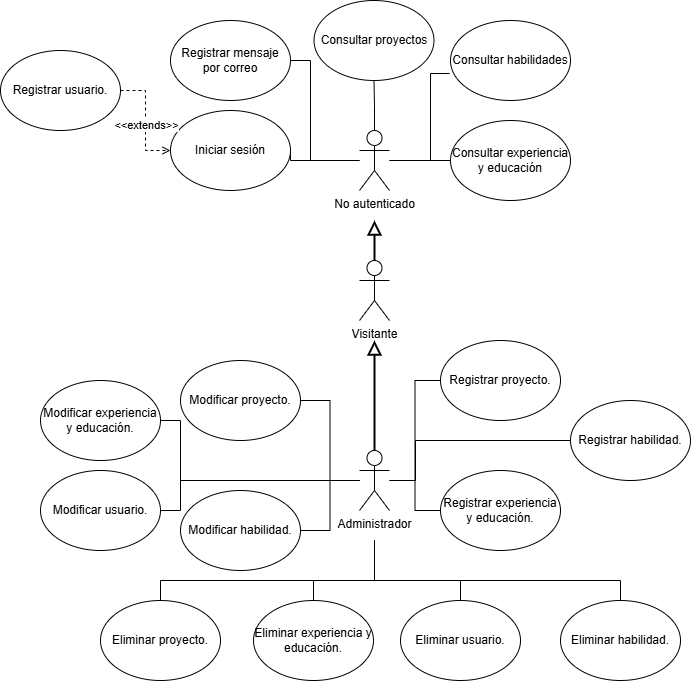
Earlier version of the draw.io export Diagramas/Actividad/CU.png (YaelChar417/portfolio). Source tidied: cells renumbered, new cells last; positions are measured from the earlier drawing's top-left corner, leaving out a move shared by most shapes.
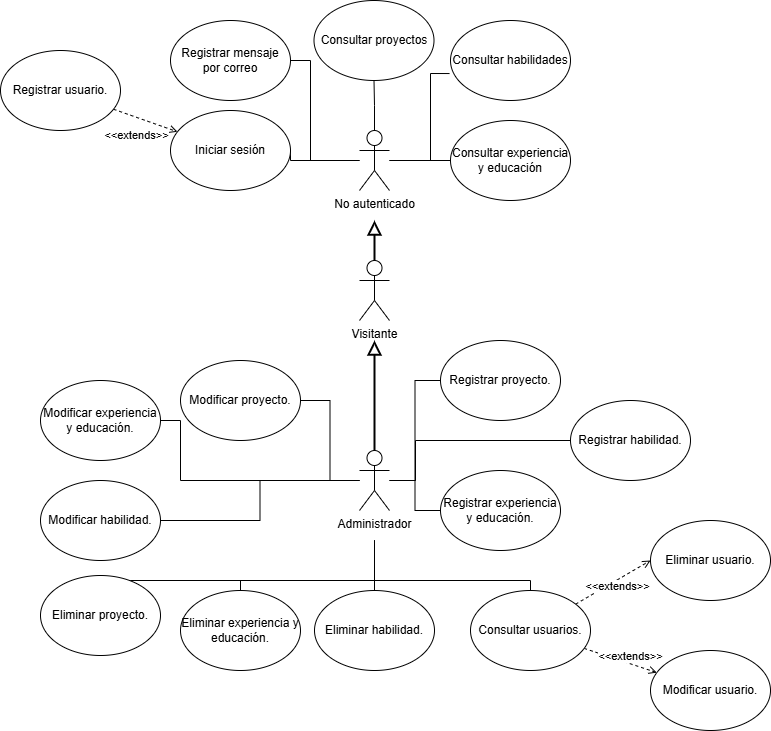
After the commit.

Commit message:
Fix: documentos de diagrama de casos de uso y requerimientos modificados para agregar un nuevo caso de uso para consultar usuarios

What changed in the source:
```diff
@@ -68,14 +68,6 @@
         </Array>
       </mxGeometry>
     </mxCell>
-    <mxCell id="16" style="edgeStyle=orthogonalEdgeStyle;rounded=0;jettySize=auto;html=1;endArrow=none;startFill=0;" parent="1" edge="1" source="21" target="37">
-      <mxGeometry relative="1" as="geometry">
-        <Array as="points">
-          <mxPoint x="180" y="480" />
-          <mxPoint x="180" y="510" />
-        </Array>
-      </mxGeometry>
-    </mxCell>
     <mxCell id="17" style="edgeStyle=orthogonalEdgeStyle;rounded=0;jettySize=auto;html=1;endArrow=none;startFill=0;" parent="1" edge="1" target="38">
       <mxGeometry relative="1" as="geometry">
         <mxPoint x="374" y="540" as="sourcePoint" />
@@ -90,7 +82,7 @@
         <mxPoint x="374" y="540" as="sourcePoint" />
         <Array as="points">
           <mxPoint x="374" y="580" />
-          <mxPoint x="313" y="580" />
+          <mxPoint x="240" y="580" />
         </Array>
       </mxGeometry>
     </mxCell>
@@ -99,7 +91,7 @@
         <mxPoint x="374" y="540" as="sourcePoint" />
         <Array as="points">
           <mxPoint x="374" y="580" />
-          <mxPoint x="460" y="580" />
+          <mxPoint x="530" y="580" />
         </Array>
       </mxGeometry>
     </mxCell>
@@ -107,8 +99,8 @@
       <mxGeometry relative="1" as="geometry">
         <mxPoint x="374" y="540" as="sourcePoint" />
         <Array as="points">
-          <mxPoint x="374" y="580" />
-          <mxPoint x="620" y="580" />
+          <mxPoint x="374" y="610" />
+          <mxPoint x="374" y="610" />
         </Array>
       </mxGeometry>
     </mxCell>
@@ -130,7 +122,7 @@
     <mxCell id="26" value="Iniciar sesión" style="ellipse;whiteSpace=wrap;html=1;" parent="1" vertex="1">
       <mxGeometry x="170" y="110" width="120" height="80" as="geometry" />
     </mxCell>
-    <mxCell id="27" style="edgeStyle=orthogonalEdgeStyle;rounded=0;jettySize=auto;html=1;endArrow=open;endFill=0;dashed=1;" parent="1" edge="1" source="29" target="26">
+    <mxCell id="27" style="rounded=0;jettySize=auto;html=1;endArrow=open;endFill=0;dashed=1;" parent="1" edge="1" source="29" target="26">
       <mxGeometry relative="1" as="geometry" />
     </mxCell>
     <mxCell id="28" value="&amp;lt;&amp;lt;extends&amp;gt;&amp;gt;" style="edgeLabel;html=1;align=center;verticalAlign=middle;" parent="27" vertex="1">
@@ -162,25 +154,44 @@
       <mxGeometry x="180" y="360" width="120" height="80" as="geometry" />
     </mxCell>
     <mxCell id="35" value="Modificar habilidad." style="ellipse;whiteSpace=wrap;html=1;" parent="1" vertex="1">
-      <mxGeometry x="180" y="490" width="120" height="80" as="geometry" />
+      <mxGeometry x="40" y="480" width="120" height="80" as="geometry" />
     </mxCell>
     <mxCell id="36" value="Modificar experiencia y educación." style="ellipse;whiteSpace=wrap;html=1;" parent="1" vertex="1">
       <mxGeometry x="40" y="380" width="120" height="80" as="geometry" />
     </mxCell>
     <mxCell id="37" value="Modificar usuario." style="ellipse;whiteSpace=wrap;html=1;" parent="1" vertex="1">
-      <mxGeometry x="40" y="470" width="120" height="80" as="geometry" />
+      <mxGeometry x="650" y="650" width="120" height="80" as="geometry" />
     </mxCell>
     <mxCell id="38" value="Eliminar proyecto." style="ellipse;whiteSpace=wrap;html=1;" parent="1" vertex="1">
-      <mxGeometry x="100" y="600" width="120" height="80" as="geometry" />
+      <mxGeometry x="40" y="575" width="120" height="80" as="geometry" />
     </mxCell>
     <mxCell id="39" value="Eliminar experiencia y educación." style="ellipse;whiteSpace=wrap;html=1;" parent="1" vertex="1">
-      <mxGeometry x="253" y="600" width="120" height="80" as="geometry" />
+      <mxGeometry x="180" y="590" width="120" height="80" as="geometry" />
     </mxCell>
+    <mxCell id="42" style="rounded=0;jettySize=auto;html=1;dashed=1;endArrow=open;endFill=0;entryX=0;entryY=0.5;entryDx=0;entryDy=0;" parent="1" edge="1" source="40" target="46">
+      <mxGeometry relative="1" as="geometry" />
+    </mxCell>
+    <mxCell id="43" value="&amp;lt;&amp;lt;extends&amp;gt;&amp;gt;" style="edgeLabel;html=1;align=center;verticalAlign=middle;" parent="42" vertex="1">
+      <mxGeometry x="0.03" y="-4" relative="1" as="geometry">
+        <mxPoint y="1" as="offset" />
+      </mxGeometry>
+    </mxCell>
+    <mxCell id="44" style="rounded=0;jettySize=auto;html=1;dashed=1;endArrow=open;endFill=0;" parent="1" edge="1" source="40" target="37">
+      <mxGeometry relative="1" as="geometry" />
+    </mxCell>
+    <mxCell id="45" value="&amp;lt;&amp;lt;extends&amp;gt;&amp;gt;" style="edgeLabel;html=1;align=center;verticalAlign=middle;" parent="44" vertex="1">
+      <mxGeometry x="-0.17" y="3" relative="1" as="geometry">
+        <mxPoint x="15" as="offset" />
+      </mxGeometry>
+    </mxCell>
-    <mxCell id="40" value="Eliminar usuario." style="ellipse;whiteSpace=wrap;html=1;" parent="1" vertex="1">
-      <mxGeometry x="400" y="600" width="120" height="80" as="geometry" />
+    <mxCell id="40" value="Consultar usuarios." style="ellipse;whiteSpace=wrap;html=1;" parent="1" vertex="1">
+      <mxGeometry x="470" y="590" width="120" height="80" as="geometry" />
     </mxCell>
     <mxCell id="41" value="Eliminar habilidad." style="ellipse;whiteSpace=wrap;html=1;" parent="1" vertex="1">
-      <mxGeometry x="560" y="600" width="120" height="80" as="geometry" />
+      <mxGeometry x="314" y="590" width="120" height="80" as="geometry" />
     </mxCell>
+    <mxCell id="46" value="Eliminar usuario." style="ellipse;whiteSpace=wrap;html=1;" parent="1" vertex="1">
+      <mxGeometry x="650" y="520" width="120" height="80" as="geometry" />
+    </mxCell>
   </root>
 </mxGraphModel>
```
